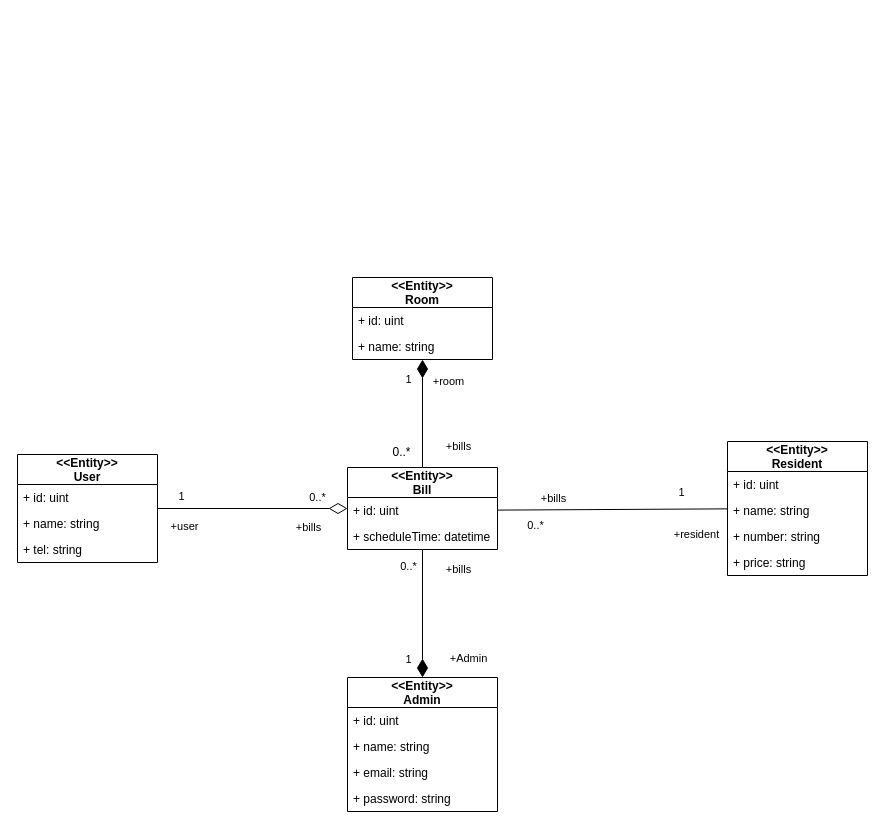
Above: page "Design2" (11 of 17) of SE.drawio in nunpromporn/SE (draw.io), before the change. Source tidied: cells renumbered, new cells numbered last; positions are measured from the earlier drawing's top-left corner, leaving out a move shared by most shapes. Both pictures are drawn from the tidied source at 100%, with x=0, y=0 at pixel (17, 277).
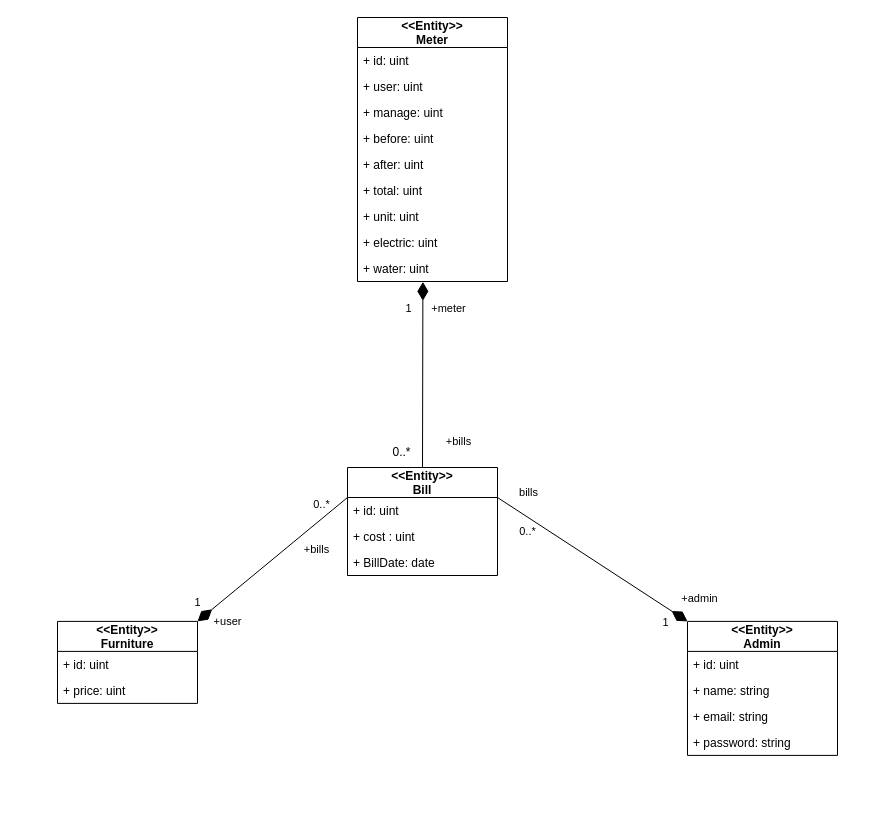
After the change.

What changed in the source:
```diff
@@
-    <mxCell id="2" value="&lt;&lt;Entity&gt;&gt;&#10;Resident" style="swimlane;fontStyle=1;horizontal=1;startSize=30;fillColor=none;" parent="1" vertex="1">
-      <mxGeometry x="710" y="164" width="140" height="134" as="geometry" />
-    </mxCell>
-    <mxCell id="3" value="+ id: uint" style="text;strokeColor=none;fillColor=none;align=left;verticalAlign=top;spacingLeft=4;spacingRight=4;overflow=hidden;" parent="2" vertex="1">
-      <mxGeometry y="30" width="140" height="26" as="geometry" />
-    </mxCell>
-    <mxCell id="4" value="+ name: string" style="text;strokeColor=none;fillColor=none;align=left;verticalAlign=top;spacingLeft=4;spacingRight=4;overflow=hidden;" parent="2" vertex="1">
-      <mxGeometry y="56" width="140" height="26" as="geometry" />
-    </mxCell>
-    <mxCell id="5" value="+ number: string" style="text;strokeColor=none;fillColor=none;align=left;verticalAlign=top;spacingLeft=4;spacingRight=4;overflow=hidden;" parent="2" vertex="1">
-      <mxGeometry y="82" width="140" height="26" as="geometry" />
-    </mxCell>
-    <mxCell id="6" value="+ price: string" style="text;strokeColor=none;fillColor=none;align=left;verticalAlign=top;spacingLeft=4;spacingRight=4;overflow=hidden;" parent="2" vertex="1">
-      <mxGeometry y="108" width="140" height="26" as="geometry" />
-    </mxCell>
-    <mxCell id="7" value="&lt;&lt;Entity&gt;&gt;&#10;User" style="swimlane;fontStyle=1;horizontal=1;startSize=30;fillColor=none;" parent="1" vertex="1">
-      <mxGeometry y="177" width="140" height="108" as="geometry" />
-    </mxCell>
-    <mxCell id="8" value="+ id: uint" style="text;strokeColor=none;fillColor=none;align=left;verticalAlign=top;spacingLeft=4;spacingRight=4;overflow=hidden;" parent="7" vertex="1">
-      <mxGeometry y="30" width="140" height="26" as="geometry" />
-    </mxCell>
-    <mxCell id="9" value="+ name: string" style="text;strokeColor=none;fillColor=none;align=left;verticalAlign=top;spacingLeft=4;spacingRight=4;overflow=hidden;" parent="7" vertex="1">
-      <mxGeometry y="56" width="140" height="26" as="geometry" />
-    </mxCell>
-    <mxCell id="10" value="+ tel: string" style="text;strokeColor=none;fillColor=none;align=left;verticalAlign=top;spacingLeft=4;spacingRight=4;overflow=hidden;" parent="7" vertex="1">
-      <mxGeometry y="82" width="140" height="26" as="geometry" />
-    </mxCell>
+    <mxCell id="42" value="&lt;&lt;Entity&gt;&gt;&#10;Furniture" style="swimlane;fontStyle=1;horizontal=1;startSize=30;fillColor=none;" parent="1" vertex="1">
+      <mxGeometry x="40" y="343.9" width="140" height="82" as="geometry" />
+    </mxCell>
+    <mxCell id="43" value="+ id: uint" style="text;strokeColor=none;fillColor=none;align=left;verticalAlign=top;spacingLeft=4;spacingRight=4;overflow=hidden;" parent="42" vertex="1">
+      <mxGeometry y="30" width="140" height="26" as="geometry" />
+    </mxCell>
+    <mxCell id="44" value="+ price: uint" style="text;strokeColor=none;fillColor=none;align=left;verticalAlign=top;spacingLeft=4;spacingRight=4;overflow=hidden;" parent="42" vertex="1">
+      <mxGeometry y="56" width="140" height="26" as="geometry" />
+    </mxCell>
     <mxCell id="11" value="&lt;&lt;Entity&gt;&gt;&#10;Bill" style="swimlane;fontStyle=1;horizontal=1;startSize=30;fillColor=none;" parent="1" vertex="1">
-      <mxGeometry x="330" y="190" width="150" height="82" as="geometry" />
+      <mxGeometry x="330" y="190" width="150" height="108" as="geometry" />
     </mxCell>
-    <mxCell id="12" value="+ id: uint" style="text;strokeColor=none;fillColor=none;align=left;verticalAlign=top;spacingLeft=4;spacingRight=4;overflow=hidden;points=[[0,0.5],[1,0.5]];portConstraint=eastwest;" parent="11" vertex="1">
-      <mxGeometry y="30" width="150" height="26" as="geometry" />
-    </mxCell>
-    <mxCell id="13" value="+ scheduleTime: datetime" style="text;strokeColor=none;fillColor=none;align=left;verticalAlign=top;spacingLeft=4;spacingRight=4;overflow=hidden;" parent="11" vertex="1">
-      <mxGeometry y="56" width="150" height="26" as="geometry" />
-    </mxCell>
+    <mxCell id="45" value="+ id: uint" style="text;strokeColor=none;fillColor=none;align=left;verticalAlign=top;spacingLeft=4;spacingRight=4;overflow=hidden;" parent="11" vertex="1">
+      <mxGeometry y="30" width="150" height="26" as="geometry" />
+    </mxCell>
+    <mxCell id="46" value="+ cost : uint " style="text;strokeColor=none;fillColor=none;align=left;verticalAlign=top;spacingLeft=4;spacingRight=4;overflow=hidden;" parent="11" vertex="1">
+      <mxGeometry y="56" width="150" height="26" as="geometry" />
+    </mxCell>
+    <mxCell id="47" value="+ BillDate: date" style="text;strokeColor=none;fillColor=none;align=left;verticalAlign=top;spacingLeft=4;spacingRight=4;overflow=hidden;" parent="11" vertex="1">
+      <mxGeometry y="82" width="150" height="26" as="geometry" />
+    </mxCell>
     <mxCell id="14" value="&lt;&lt;Entity&gt;&gt;&#10;Admin" style="swimlane;fontStyle=1;horizontal=1;startSize=30;fillColor=none;" parent="1" vertex="1">
-      <mxGeometry x="330" y="400" width="150" height="134" as="geometry" />
+      <mxGeometry x="670" y="343.9" width="150" height="134" as="geometry" />
     </mxCell>
-    <mxCell id="15" value="+ id: uint" style="text;strokeColor=none;fillColor=none;align=left;verticalAlign=top;spacingLeft=4;spacingRight=4;overflow=hidden;" parent="14" vertex="1">
-      <mxGeometry y="30" width="150" height="26" as="geometry" />
-    </mxCell>
+    <mxCell id="48" value="+ id: uint" style="text;strokeColor=none;fillColor=none;align=left;verticalAlign=top;spacingLeft=4;spacingRight=4;overflow=hidden;" parent="14" vertex="1">
+      <mxGeometry y="30" width="150" height="26" as="geometry" />
+    </mxCell>
@@
-    <mxCell id="19" style="html=1;endArrow=none;elbow=vertical;rounded=1;" parent="1" edge="1" source="2" target="12">
-      <mxGeometry relative="1" as="geometry" />
-    </mxCell>
-    <mxCell id="20" value="+resident" style="edgeLabel;html=1;align=center;verticalAlign=middle;" parent="19" vertex="1">
-      <mxGeometry x="-0.71" y="-1" relative="1" as="geometry">
-        <mxPoint x="2" y="26" as="offset" />
-      </mxGeometry>
-    </mxCell>
-    <mxCell id="21" value="1" style="edgeLabel;html=1;align=center;verticalAlign=middle;" parent="19" vertex="1">
-      <mxGeometry x="-0.58" y="-2" relative="1" as="geometry">
-        <mxPoint x="2" y="-15" as="offset" />
-      </mxGeometry>
-    </mxCell>
-    <mxCell id="22" value="0..*" style="edgeLabel;html=1;align=center;verticalAlign=middle;" parent="19" vertex="1">
-      <mxGeometry x="0.58" y="1" relative="1" as="geometry">
-        <mxPoint x="-11" y="14" as="offset" />
-      </mxGeometry>
-    </mxCell>
-    <mxCell id="23" value="+bills" style="edgeLabel;html=1;align=center;verticalAlign=middle;" parent="19" vertex="1">
-      <mxGeometry x="0.6" y="1" relative="1" as="geometry">
-        <mxPoint x="9" y="-13" as="offset" />
-      </mxGeometry>
-    </mxCell>
-    <mxCell id="24" style="html=1;endArrow=diamondThin;elbow=vertical;rounded=1;sourcePerimeterSpacing=0;startArrow=none;startFill=0;endSize=16;targetPerimeterSpacing=0;startSize=14;endFill=0;" parent="1" edge="1" source="7" target="11">
-      <mxGeometry relative="1" as="geometry" />
-    </mxCell>
-    <mxCell id="25" value="1" style="edgeLabel;html=1;align=center;verticalAlign=middle;" parent="24" vertex="1">
-      <mxGeometry x="-0.76" y="2" relative="1" as="geometry">
-        <mxPoint y="-11" as="offset" />
-      </mxGeometry>
-    </mxCell>
+    <mxCell id="49" style="html=1;endArrow=none;elbow=vertical;rounded=1;exitX=1;exitY=0;exitDx=0;exitDy=0;startArrow=diamondThin;startFill=1;endFill=0;endSize=16;startSize=16;" parent="1" edge="1" source="42">
+      <mxGeometry relative="1" as="geometry">
+        <mxPoint x="330" y="220" as="targetPoint" />
+      </mxGeometry>
+    </mxCell>
+    <mxCell id="50" value="1" style="edgeLabel;html=1;align=center;verticalAlign=middle;" parent="49" vertex="1">
+      <mxGeometry x="-0.76" y="2" relative="1" as="geometry">
+        <mxPoint x="-17" y="-3" as="offset" />
+      </mxGeometry>
+    </mxCell>
-    <mxCell id="26" value="+user" style="edgeLabel;html=1;align=center;verticalAlign=middle;" parent="24" vertex="1">
+    <mxCell id="26" value="+user" style="edgeLabel;html=1;align=center;verticalAlign=middle;" parent="49" vertex="1">
       <mxGeometry x="-0.73" relative="1" as="geometry">
-        <mxPoint y="17" as="offset" />
+        <mxPoint x="9" y="16" as="offset" />
       </mxGeometry>
     </mxCell>
-    <mxCell id="27" value="0..*" style="edgeLabel;html=1;align=center;verticalAlign=middle;" parent="24" vertex="1">
-      <mxGeometry x="0.71" y="2" relative="1" as="geometry">
-        <mxPoint x="-3" y="-10" as="offset" />
-      </mxGeometry>
-    </mxCell>
-    <mxCell id="28" value="+bills" style="edgeLabel;html=1;align=center;verticalAlign=middle;" parent="24" vertex="1">
-      <mxGeometry x="0.67" y="2" relative="1" as="geometry">
-        <mxPoint x="-9" y="20" as="offset" />
-      </mxGeometry>
-    </mxCell>
-    <mxCell id="29" style="html=1;endArrow=diamondThin;elbow=vertical;rounded=1;endFill=1;endSize=16;startSize=14;" parent="1" edge="1" source="11" target="14">
-      <mxGeometry relative="1" as="geometry" />
-    </mxCell>
-    <mxCell id="30" value="0..*" style="edgeLabel;html=1;align=center;verticalAlign=middle;" parent="29" vertex="1">
-      <mxGeometry x="-0.65" relative="1" as="geometry">
-        <mxPoint x="-15" y="-6" as="offset" />
-      </mxGeometry>
-    </mxCell>
-    <mxCell id="31" value="+bills" style="edgeLabel;html=1;align=center;verticalAlign=middle;" parent="29" vertex="1">
-      <mxGeometry x="-0.49" y="1" relative="1" as="geometry">
-        <mxPoint x="34" y="-14" as="offset" />
-      </mxGeometry>
-    </mxCell>
-    <mxCell id="32" value="1" style="edgeLabel;html=1;align=center;verticalAlign=middle;" parent="29" vertex="1">
-      <mxGeometry x="0.71" relative="1" as="geometry">
-        <mxPoint x="-15" as="offset" />
-      </mxGeometry>
-    </mxCell>
-    <mxCell id="33" value="+Admin" style="edgeLabel;html=1;align=center;verticalAlign=middle;" parent="29" vertex="1">
-      <mxGeometry x="0.74" y="3" relative="1" as="geometry">
-        <mxPoint x="42" y="-3" as="offset" />
-      </mxGeometry>
-    </mxCell>
-    <mxCell id="34" value="&lt;&lt;Entity&gt;&gt;&#10;Room" style="swimlane;fontStyle=1;horizontal=1;startSize=30;fillColor=none;" parent="1" vertex="1">
-      <mxGeometry x="335" width="140" height="82" as="geometry" />
-    </mxCell>
-    <mxCell id="35" value="+ id: uint" style="text;strokeColor=none;fillColor=none;align=left;verticalAlign=top;spacingLeft=4;spacingRight=4;overflow=hidden;" parent="34" vertex="1">
-      <mxGeometry y="30" width="140" height="26" as="geometry" />
-    </mxCell>
-    <mxCell id="36" value="+ name: string" style="text;strokeColor=none;fillColor=none;align=left;verticalAlign=top;spacingLeft=4;spacingRight=4;overflow=hidden;points=[[0,0.5],[1,0.5]];portConstraint=eastwest;" parent="34" vertex="1">
-      <mxGeometry y="56" width="140" height="26" as="geometry" />
-    </mxCell>
-    <mxCell id="37" style="html=1;endArrow=diamondThin;elbow=vertical;rounded=1;exitX=0.5;exitY=0;exitDx=0;exitDy=0;startArrow=none;startFill=0;endFill=1;endSize=16;startSize=14;" parent="1" edge="1" source="11" target="36">
-      <mxGeometry relative="1" as="geometry" />
-    </mxCell>
-    <mxCell id="38" value="+bills" style="edgeLabel;html=1;align=center;verticalAlign=middle;" parent="37" vertex="1">
-      <mxGeometry x="-0.86" relative="1" as="geometry">
-        <mxPoint x="35" y="-14" as="offset" />
-      </mxGeometry>
-    </mxCell>
-    <mxCell id="39" value="1" style="edgeLabel;html=1;align=center;verticalAlign=middle;" parent="37" vertex="1">
-      <mxGeometry x="0.64" y="-2" relative="1" as="geometry">
-        <mxPoint x="-17" as="offset" />
-      </mxGeometry>
-    </mxCell>
-    <mxCell id="40" value="+room" style="edgeLabel;html=1;align=center;verticalAlign=middle;" parent="37" vertex="1">
-      <mxGeometry x="0.62" y="1" relative="1" as="geometry">
-        <mxPoint x="26" as="offset" />
-      </mxGeometry>
-    </mxCell>
+    <mxCell id="51" value="0..*" style="edgeLabel;html=1;align=center;verticalAlign=middle;" parent="49" vertex="1">
+      <mxGeometry x="0.71" y="2" relative="1" as="geometry">
+        <mxPoint x="-3" y="-10" as="offset" />
+      </mxGeometry>
+    </mxCell>
+    <mxCell id="52" value="+bills" style="edgeLabel;html=1;align=center;verticalAlign=middle;" parent="49" vertex="1">
+      <mxGeometry x="0.67" y="2" relative="1" as="geometry">
+        <mxPoint x="-5" y="32" as="offset" />
+      </mxGeometry>
+    </mxCell>
+    <mxCell id="53" style="html=1;endArrow=diamondThin;elbow=vertical;rounded=1;entryX=0;entryY=0;entryDx=0;entryDy=0;endFill=1;endSize=16;startSize=16;" parent="1" edge="1" target="14">
+      <mxGeometry relative="1" as="geometry">
+        <mxPoint x="480" y="220" as="sourcePoint" />
+      </mxGeometry>
+    </mxCell>
+    <mxCell id="54" value="0..*" style="edgeLabel;html=1;align=center;verticalAlign=middle;" parent="53" vertex="1">
+      <mxGeometry x="-0.65" relative="1" as="geometry">
+        <mxPoint x="-4" y="12" as="offset" />
+      </mxGeometry>
+    </mxCell>
+    <mxCell id="55" value="bills" style="edgeLabel;html=1;align=center;verticalAlign=middle;" parent="53" vertex="1">
+      <mxGeometry x="-0.49" y="1" relative="1" as="geometry">
+        <mxPoint x="-19" y="-36" as="offset" />
+      </mxGeometry>
+    </mxCell>
+    <mxCell id="56" value="1" style="edgeLabel;html=1;align=center;verticalAlign=middle;" parent="53" vertex="1">
+      <mxGeometry x="0.71" relative="1" as="geometry">
+        <mxPoint x="5" y="19" as="offset" />
+      </mxGeometry>
+    </mxCell>
+    <mxCell id="57" value="+admin" style="edgeLabel;html=1;align=center;verticalAlign=middle;" parent="53" vertex="1">
+      <mxGeometry x="0.74" y="3" relative="1" as="geometry">
+        <mxPoint x="35" y="-5" as="offset" />
+      </mxGeometry>
+    </mxCell>
+    <mxCell id="58" style="html=1;endArrow=diamondThin;elbow=vertical;rounded=1;exitX=0.5;exitY=0;exitDx=0;exitDy=0;entryX=0.436;entryY=1.014;entryDx=0;entryDy=0;entryPerimeter=0;startArrow=none;startFill=0;targetPerimeterSpacing=16;sourcePerimeterSpacing=16;endSize=16;startSize=16;endFill=1;" parent="1" edge="1" source="11" target="71">
+      <mxGeometry relative="1" as="geometry" />
+    </mxCell>
+    <mxCell id="59" value="+bills" style="edgeLabel;html=1;align=center;verticalAlign=middle;" parent="58" vertex="1">
+      <mxGeometry x="-0.86" relative="1" as="geometry">
+        <mxPoint x="35" y="-14" as="offset" />
+      </mxGeometry>
+    </mxCell>
+    <mxCell id="60" value="1" style="edgeLabel;html=1;align=center;verticalAlign=middle;" parent="58" vertex="1">
+      <mxGeometry x="0.64" y="-2" relative="1" as="geometry">
+        <mxPoint x="-17" y="-8" as="offset" />
+      </mxGeometry>
+    </mxCell>
+    <mxCell id="61" value="+meter" style="edgeLabel;html=1;align=center;verticalAlign=middle;" parent="58" vertex="1">
+      <mxGeometry x="0.62" y="1" relative="1" as="geometry">
+        <mxPoint x="26" y="-9" as="offset" />
+      </mxGeometry>
+    </mxCell>
@@
+    <mxCell id="62" value="&lt;&lt;Entity&gt;&gt;&#10;Meter" style="swimlane;fontStyle=1;horizontal=1;startSize=30;fillColor=none;" parent="1" vertex="1">
+      <mxGeometry x="340" y="-260" width="150" height="264" as="geometry" />
+    </mxCell>
+    <mxCell id="63" value="+ id: uint" style="text;strokeColor=none;fillColor=none;align=left;verticalAlign=top;spacingLeft=4;spacingRight=4;overflow=hidden;" parent="62" vertex="1">
+      <mxGeometry y="30" width="150" height="26" as="geometry" />
+    </mxCell>
+    <mxCell id="64" value="+ user: uint" style="text;strokeColor=none;fillColor=none;align=left;verticalAlign=top;spacingLeft=4;spacingRight=4;overflow=hidden;" parent="62" vertex="1">
+      <mxGeometry y="56" width="150" height="26" as="geometry" />
+    </mxCell>
+    <mxCell id="65" value="+ manage: uint " style="text;strokeColor=none;fillColor=none;align=left;verticalAlign=top;spacingLeft=4;spacingRight=4;overflow=hidden;" parent="62" vertex="1">
+      <mxGeometry y="82" width="150" height="26" as="geometry" />
+    </mxCell>
+    <mxCell id="66" value="+ before: uint" style="text;strokeColor=none;fillColor=none;align=left;verticalAlign=top;spacingLeft=4;spacingRight=4;overflow=hidden;" parent="62" vertex="1">
+      <mxGeometry y="108" width="150" height="26" as="geometry" />
+    </mxCell>
+    <mxCell id="67" value="+ after: uint " style="text;strokeColor=none;fillColor=none;align=left;verticalAlign=top;spacingLeft=4;spacingRight=4;overflow=hidden;" parent="62" vertex="1">
+      <mxGeometry y="134" width="150" height="26" as="geometry" />
+    </mxCell>
+    <mxCell id="68" value="+ total: uint " style="text;strokeColor=none;fillColor=none;align=left;verticalAlign=top;spacingLeft=4;spacingRight=4;overflow=hidden;" parent="62" vertex="1">
+      <mxGeometry y="160" width="150" height="26" as="geometry" />
+    </mxCell>
+    <mxCell id="69" value="+ unit: uint " style="text;strokeColor=none;fillColor=none;align=left;verticalAlign=top;spacingLeft=4;spacingRight=4;overflow=hidden;" parent="62" vertex="1">
+      <mxGeometry y="186" width="150" height="26" as="geometry" />
+    </mxCell>
+    <mxCell id="70" value="+ electric: uint " style="text;strokeColor=none;fillColor=none;align=left;verticalAlign=top;spacingLeft=4;spacingRight=4;overflow=hidden;" parent="62" vertex="1">
+      <mxGeometry y="212" width="150" height="26" as="geometry" />
+    </mxCell>
+    <mxCell id="71" value="+ water: uint " style="text;strokeColor=none;fillColor=none;align=left;verticalAlign=top;spacingLeft=4;spacingRight=4;overflow=hidden;points=[[0,0.5],[1,0.5]];portConstraint=eastwest;" parent="62" vertex="1">
+      <mxGeometry y="238" width="150" height="26" as="geometry" />
+    </mxCell>
```
